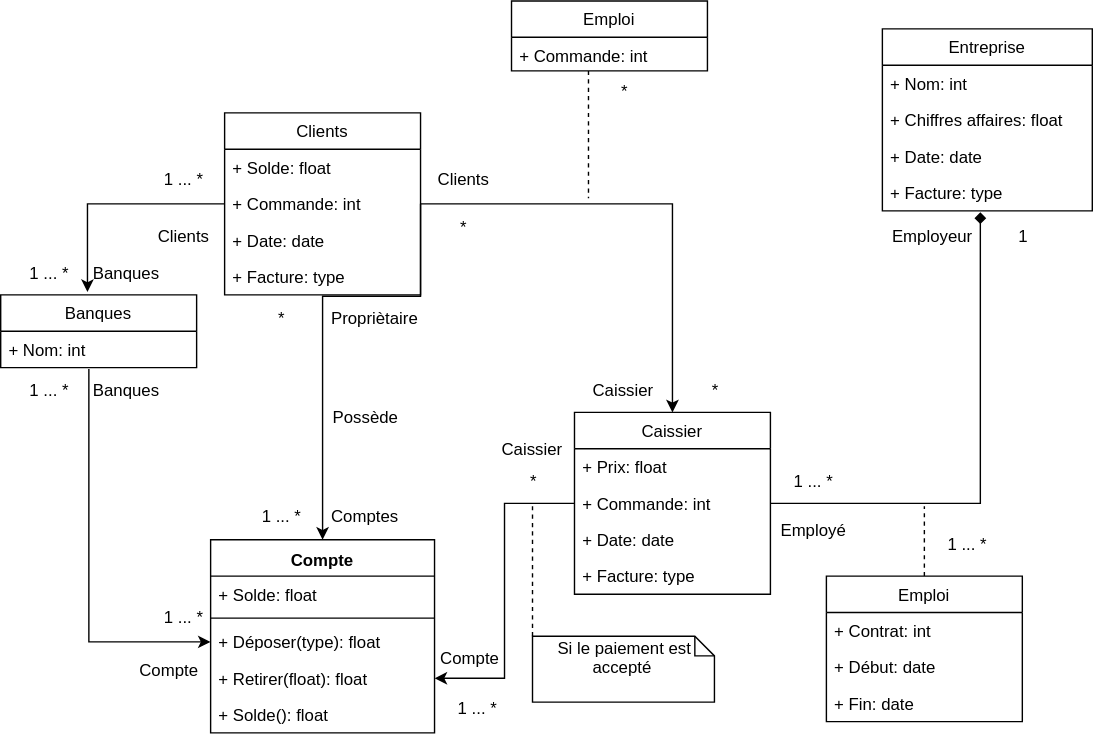
This is andhanouni/Usecase_diagramme_de_classe.svg from tagouth/GSI-AVUN_18-20, a draw.io export, as it was before one commit. Source tidied: cells renumbered, new cells last; positions are measured from the earlier drawing's top-left corner, leaving out a move shared by most shapes. The source it was exported from:
```xml
<mxGraphModel>
  <root>
    <mxCell id="0" />
    <mxCell id="1" parent="0" />
    <mxCell id="2" value="Clients" style="swimlane;fontStyle=0;horizontal=1;startSize=26;fillColor=none;" parent="1" vertex="1">
      <mxGeometry x="160" y="80" width="140" height="130" as="geometry" />
    </mxCell>
    <mxCell id="3" value="+ Solde: float" style="text;strokeColor=none;fillColor=none;align=left;verticalAlign=top;spacingLeft=4;spacingRight=4;overflow=hidden;" parent="2" vertex="1">
      <mxGeometry y="26" width="140" height="26" as="geometry" />
    </mxCell>
    <mxCell id="4" value="+ Commande: int" style="text;strokeColor=none;fillColor=none;align=left;verticalAlign=top;spacingLeft=4;spacingRight=4;overflow=hidden;points=[[0,0.5],[1,0.5]];portConstraint=eastwest;" parent="2" vertex="1">
      <mxGeometry y="52" width="140" height="26" as="geometry" />
    </mxCell>
    <mxCell id="5" value="+ Date: date" style="text;strokeColor=none;fillColor=none;align=left;verticalAlign=top;spacingLeft=4;spacingRight=4;overflow=hidden;" parent="2" vertex="1">
      <mxGeometry y="78" width="140" height="26" as="geometry" />
    </mxCell>
    <mxCell id="6" value="+ Facture: type" style="text;strokeColor=none;fillColor=none;align=left;verticalAlign=top;spacingLeft=4;spacingRight=4;overflow=hidden;" parent="2" vertex="1">
      <mxGeometry y="104" width="140" height="26" as="geometry" />
    </mxCell>
    <mxCell id="7" value="Caissier" style="swimlane;fontStyle=0;horizontal=1;startSize=26;fillColor=none;" parent="1" vertex="1">
      <mxGeometry x="410" y="294" width="140" height="130" as="geometry" />
    </mxCell>
    <mxCell id="8" value="+ Prix: float" style="text;strokeColor=none;fillColor=none;align=left;verticalAlign=top;spacingLeft=4;spacingRight=4;overflow=hidden;" parent="7" vertex="1">
      <mxGeometry y="26" width="140" height="26" as="geometry" />
    </mxCell>
    <mxCell id="9" value="+ Commande: int" style="text;strokeColor=none;fillColor=none;align=left;verticalAlign=top;spacingLeft=4;spacingRight=4;overflow=hidden;points=[[0,0.5],[1,0.5]];portConstraint=eastwest;" parent="7" vertex="1">
      <mxGeometry y="52" width="140" height="26" as="geometry" />
    </mxCell>
    <mxCell id="10" value="+ Date: date" style="text;strokeColor=none;fillColor=none;align=left;verticalAlign=top;spacingLeft=4;spacingRight=4;overflow=hidden;" parent="7" vertex="1">
      <mxGeometry y="78" width="140" height="26" as="geometry" />
    </mxCell>
    <mxCell id="11" value="+ Facture: type" style="text;strokeColor=none;fillColor=none;align=left;verticalAlign=top;spacingLeft=4;spacingRight=4;overflow=hidden;" parent="7" vertex="1">
      <mxGeometry y="104" width="140" height="26" as="geometry" />
    </mxCell>
    <mxCell id="12" style="edgeStyle=orthogonalEdgeStyle;rounded=0;html=1;jettySize=auto;dashed=1;startArrow=none;startFill=0;endArrow=none;endFill=0;" parent="1" edge="1" source="13">
      <mxGeometry relative="1" as="geometry">
        <mxPoint x="660" y="361" as="targetPoint" />
      </mxGeometry>
    </mxCell>
    <mxCell id="13" value="Emploi" style="swimlane;fontStyle=0;horizontal=1;startSize=26;fillColor=none;" parent="1" vertex="1">
      <mxGeometry x="590" y="411" width="140" height="104" as="geometry" />
    </mxCell>
    <mxCell id="14" value="+ Contrat: int" style="text;strokeColor=none;fillColor=none;align=left;verticalAlign=top;spacingLeft=4;spacingRight=4;overflow=hidden;" parent="13" vertex="1">
      <mxGeometry y="26" width="140" height="26" as="geometry" />
    </mxCell>
    <mxCell id="15" value="+ Début: date" style="text;strokeColor=none;fillColor=none;align=left;verticalAlign=top;spacingLeft=4;spacingRight=4;overflow=hidden;" parent="13" vertex="1">
      <mxGeometry y="52" width="140" height="26" as="geometry" />
    </mxCell>
    <mxCell id="16" value="+ Fin: date" style="text;strokeColor=none;fillColor=none;align=left;verticalAlign=top;spacingLeft=4;spacingRight=4;overflow=hidden;" parent="13" vertex="1">
      <mxGeometry y="78" width="140" height="26" as="geometry" />
    </mxCell>
    <mxCell id="17" value="Compte" style="swimlane;fontStyle=1;align=center;verticalAlign=top;horizontal=1;startSize=26;" parent="1" vertex="1">
      <mxGeometry x="150" y="385" width="160" height="138" as="geometry" />
    </mxCell>
    <mxCell id="18" value="+ Solde: float" style="text;strokeColor=none;fillColor=none;align=left;verticalAlign=top;spacingLeft=4;spacingRight=4;overflow=hidden;" parent="17" vertex="1">
      <mxGeometry y="26" width="160" height="26" as="geometry" />
    </mxCell>
    <mxCell id="19" style="line;strokeWidth=1;fillColor=none;align=left;verticalAlign=middle;spacingTop=-1;spacingLeft=3;spacingRight=3;labelPosition=right;" parent="17" vertex="1">
      <mxGeometry y="52" width="160" height="8" as="geometry" />
    </mxCell>
    <mxCell id="20" value="+ Déposer(type): float" style="text;strokeColor=none;fillColor=none;align=left;verticalAlign=top;spacingLeft=4;spacingRight=4;overflow=hidden;points=[[0,0.5],[1,0.5]];portConstraint=eastwest;" parent="17" vertex="1">
      <mxGeometry y="60" width="160" height="26" as="geometry" />
    </mxCell>
    <mxCell id="21" value="+ Retirer(float): float" style="text;strokeColor=none;fillColor=none;align=left;verticalAlign=top;spacingLeft=4;spacingRight=4;overflow=hidden;points=[[0,0.5],[1,0.5]];portConstraint=eastwest;" parent="17" vertex="1">
      <mxGeometry y="86" width="160" height="26" as="geometry" />
    </mxCell>
    <mxCell id="22" value="+ Solde(): float" style="text;strokeColor=none;fillColor=none;align=left;verticalAlign=top;spacingLeft=4;spacingRight=4;overflow=hidden;" parent="17" vertex="1">
      <mxGeometry y="112" width="160" height="26" as="geometry" />
    </mxCell>
    <mxCell id="23" value="Banques" style="swimlane;fontStyle=0;horizontal=1;startSize=26;fillColor=none;" parent="1" vertex="1">
      <mxGeometry y="210" width="140" height="52" as="geometry" />
    </mxCell>
    <mxCell id="24" value="+ Nom: int" style="text;strokeColor=none;fillColor=none;align=left;verticalAlign=top;spacingLeft=4;spacingRight=4;overflow=hidden;points=[[0,0.5],[1,0.5]];portConstraint=eastwest;" parent="23" vertex="1">
      <mxGeometry y="26" width="140" height="26" as="geometry" />
    </mxCell>
    <mxCell id="25" value="Emploi" style="swimlane;fontStyle=0;horizontal=1;startSize=26;fillColor=none;" parent="1" vertex="1">
      <mxGeometry x="365" width="140" height="50" as="geometry" />
    </mxCell>
    <mxCell id="26" value="+ Commande: int" style="text;strokeColor=none;fillColor=none;align=left;verticalAlign=top;spacingLeft=4;spacingRight=4;overflow=hidden;points=[[0,0.5],[1,0.5]];portConstraint=eastwest;" parent="25" vertex="1">
      <mxGeometry y="26" width="140" height="24" as="geometry" />
    </mxCell>
    <mxCell id="27" value="Entreprise" style="swimlane;fontStyle=0;horizontal=1;startSize=26;fillColor=none;" parent="1" vertex="1">
      <mxGeometry x="630" y="20" width="150" height="130" as="geometry" />
    </mxCell>
    <mxCell id="28" value="+ Nom: int" style="text;strokeColor=none;fillColor=none;align=left;verticalAlign=top;spacingLeft=4;spacingRight=4;overflow=hidden;" parent="27" vertex="1">
      <mxGeometry y="26" width="150" height="26" as="geometry" />
    </mxCell>
    <mxCell id="29" value="+ Chiffres affaires: float" style="text;strokeColor=none;fillColor=none;align=left;verticalAlign=top;spacingLeft=4;spacingRight=4;overflow=hidden;" parent="27" vertex="1">
      <mxGeometry y="52" width="150" height="26" as="geometry" />
    </mxCell>
    <mxCell id="30" value="+ Date: date" style="text;strokeColor=none;fillColor=none;align=left;verticalAlign=top;spacingLeft=4;spacingRight=4;overflow=hidden;" parent="27" vertex="1">
      <mxGeometry y="78" width="150" height="26" as="geometry" />
    </mxCell>
    <mxCell id="31" value="+ Facture: type" style="text;strokeColor=none;fillColor=none;align=left;verticalAlign=top;spacingLeft=4;spacingRight=4;overflow=hidden;points=[[0,0.5],[1,0.5]];portConstraint=eastwest;" parent="27" vertex="1">
      <mxGeometry y="104" width="150" height="26" as="geometry" />
    </mxCell>
    <mxCell id="32" style="edgeStyle=orthogonalEdgeStyle;rounded=0;html=1;entryX=0.467;entryY=1.038;entryDx=0;entryDy=0;entryPerimeter=0;jettySize=auto;endArrow=diamond;endFill=1;" parent="1" edge="1" source="9" target="31">
      <mxGeometry relative="1" as="geometry" />
    </mxCell>
    <mxCell id="33" style="edgeStyle=orthogonalEdgeStyle;rounded=0;html=1;entryX=0.5;entryY=0;entryDx=0;entryDy=0;startArrow=none;startFill=0;endArrow=classic;endFill=1;jettySize=auto;exitX=1;exitY=0.5;exitDx=0;exitDy=0;" parent="1" edge="1" source="4" target="7">
      <mxGeometry relative="1" as="geometry">
        <Array as="points">
          <mxPoint x="480" y="145" />
        </Array>
      </mxGeometry>
    </mxCell>
    <mxCell id="34" style="edgeStyle=orthogonalEdgeStyle;rounded=0;html=1;startArrow=none;startFill=0;endArrow=none;endFill=0;jettySize=auto;exitX=0.393;exitY=1;exitDx=0;exitDy=0;exitPerimeter=0;dashed=1;" parent="1" edge="1" source="26">
      <mxGeometry relative="1" as="geometry">
        <mxPoint x="420" y="141" as="targetPoint" />
      </mxGeometry>
    </mxCell>
    <mxCell id="35" style="edgeStyle=orthogonalEdgeStyle;rounded=0;html=1;exitX=1;exitY=0.5;exitDx=0;exitDy=0;entryX=0;entryY=0.5;entryDx=0;entryDy=0;startArrow=classic;startFill=1;endArrow=none;endFill=0;jettySize=auto;" parent="1" edge="1" source="21" target="9">
      <mxGeometry relative="1" as="geometry" />
    </mxCell>
    <mxCell id="36" style="edgeStyle=orthogonalEdgeStyle;rounded=0;html=1;exitX=0;exitY=0.5;exitDx=0;exitDy=0;entryX=0.45;entryY=1.038;entryDx=0;entryDy=0;entryPerimeter=0;startArrow=classic;startFill=1;endArrow=none;endFill=0;jettySize=auto;" parent="1" edge="1" source="20" target="24">
      <mxGeometry relative="1" as="geometry" />
    </mxCell>
    <mxCell id="37" style="edgeStyle=orthogonalEdgeStyle;rounded=0;html=1;entryX=0.443;entryY=-0.038;entryDx=0;entryDy=0;entryPerimeter=0;startArrow=none;startFill=0;endArrow=classic;endFill=1;jettySize=auto;" parent="1" edge="1" source="4" target="23">
      <mxGeometry relative="1" as="geometry" />
    </mxCell>
    <mxCell id="38" style="edgeStyle=orthogonalEdgeStyle;rounded=0;html=1;startArrow=none;startFill=0;endArrow=none;endFill=0;jettySize=auto;dashed=1;" parent="1" edge="1" source="39">
      <mxGeometry relative="1" as="geometry">
        <mxPoint x="380" y="361" as="targetPoint" />
        <Array as="points">
          <mxPoint x="380" y="431" />
          <mxPoint x="380" y="431" />
        </Array>
      </mxGeometry>
    </mxCell>
    <mxCell id="39" value="&lt;div style=&quot;text-align: center&quot;&gt;&lt;span&gt;Si le paiement est accepté&amp;nbsp;&lt;/span&gt;&lt;/div&gt;" style="shape=note;whiteSpace=wrap;html=1;size=14;verticalAlign=top;align=left;spacingTop=-6;" parent="1" vertex="1">
      <mxGeometry x="380" y="454" width="130" height="47" as="geometry" />
    </mxCell>
    <mxCell id="40" value="1 ... *" style="text;html=1;strokeColor=none;fillColor=none;align=center;verticalAlign=middle;whiteSpace=wrap;rounded=0;" parent="1" vertex="1">
      <mxGeometry x="110" y="430" width="40" height="20" as="geometry" />
    </mxCell>
    <mxCell id="41" value="1 ... *" style="text;html=1;strokeColor=none;fillColor=none;align=center;verticalAlign=middle;whiteSpace=wrap;rounded=0;" parent="1" vertex="1">
      <mxGeometry x="14" y="268" width="40" height="20" as="geometry" />
    </mxCell>
    <mxCell id="42" value="1 ... *" style="text;html=1;strokeColor=none;fillColor=none;align=center;verticalAlign=middle;whiteSpace=wrap;rounded=0;" parent="1" vertex="1">
      <mxGeometry x="14" y="184" width="40" height="20" as="geometry" />
    </mxCell>
    <mxCell id="43" value="1 ... *" style="text;html=1;strokeColor=none;fillColor=none;align=center;verticalAlign=middle;whiteSpace=wrap;rounded=0;" parent="1" vertex="1">
      <mxGeometry x="110" y="117" width="40" height="20" as="geometry" />
    </mxCell>
    <mxCell id="44" value="Clients" style="text;html=1;strokeColor=none;fillColor=none;align=center;verticalAlign=middle;whiteSpace=wrap;rounded=0;" parent="1" vertex="1">
      <mxGeometry x="310" y="117" width="40" height="20" as="geometry" />
    </mxCell>
    <mxCell id="45" value="Compte" style="text;html=1;strokeColor=none;fillColor=none;align=center;verticalAlign=middle;whiteSpace=wrap;rounded=0;" parent="1" vertex="1">
      <mxGeometry x="315" y="459" width="40" height="20" as="geometry" />
    </mxCell>
    <mxCell id="46" value="*" style="text;html=1;strokeColor=none;fillColor=none;align=center;verticalAlign=middle;whiteSpace=wrap;rounded=0;" parent="1" vertex="1">
      <mxGeometry x="425" y="54" width="40" height="20" as="geometry" />
    </mxCell>
    <mxCell id="47" value="Employeur" style="text;html=1;strokeColor=none;fillColor=none;align=center;verticalAlign=middle;whiteSpace=wrap;rounded=0;" parent="1" vertex="1">
      <mxGeometry x="646" y="158" width="40" height="20" as="geometry" />
    </mxCell>
    <mxCell id="48" value="1 ... *" style="text;html=1;strokeColor=none;fillColor=none;align=center;verticalAlign=middle;whiteSpace=wrap;rounded=0;" parent="1" vertex="1">
      <mxGeometry x="670" y="378" width="40" height="20" as="geometry" />
    </mxCell>
    <mxCell id="49" value="1 ... *" style="text;html=1;strokeColor=none;fillColor=none;align=center;verticalAlign=middle;whiteSpace=wrap;rounded=0;" parent="1" vertex="1">
      <mxGeometry x="560" y="333" width="40" height="20" as="geometry" />
    </mxCell>
    <mxCell id="50" value="Employé" style="text;html=1;strokeColor=none;fillColor=none;align=center;verticalAlign=middle;whiteSpace=wrap;rounded=0;" parent="1" vertex="1">
      <mxGeometry x="560" y="368" width="40" height="20" as="geometry" />
    </mxCell>
    <mxCell id="51" value="1" style="text;html=1;strokeColor=none;fillColor=none;align=center;verticalAlign=middle;whiteSpace=wrap;rounded=0;" parent="1" vertex="1">
      <mxGeometry x="710" y="158" width="40" height="20" as="geometry" />
    </mxCell>
    <mxCell id="52" value="Caissier" style="text;html=1;strokeColor=none;fillColor=none;align=center;verticalAlign=middle;whiteSpace=wrap;rounded=0;" parent="1" vertex="1">
      <mxGeometry x="425" y="268" width="40" height="20" as="geometry" />
    </mxCell>
    <mxCell id="53" value="*" style="text;html=1;strokeColor=none;fillColor=none;align=center;verticalAlign=middle;whiteSpace=wrap;rounded=0;" parent="1" vertex="1">
      <mxGeometry x="310" y="151" width="40" height="20" as="geometry" />
    </mxCell>
    <mxCell id="54" value="*" style="text;html=1;strokeColor=none;fillColor=none;align=center;verticalAlign=middle;whiteSpace=wrap;rounded=0;" parent="1" vertex="1">
      <mxGeometry x="360" y="333" width="40" height="20" as="geometry" />
    </mxCell>
    <mxCell id="55" value="Compte" style="text;html=1;strokeColor=none;fillColor=none;align=center;verticalAlign=middle;whiteSpace=wrap;rounded=0;" parent="1" vertex="1">
      <mxGeometry x="100" y="467.5" width="40" height="20" as="geometry" />
    </mxCell>
    <mxCell id="56" value="Banques" style="text;html=1;strokeColor=none;fillColor=none;align=center;verticalAlign=middle;whiteSpace=wrap;rounded=0;" parent="1" vertex="1">
      <mxGeometry x="70" y="268" width="40" height="20" as="geometry" />
    </mxCell>
    <mxCell id="57" value="Clients" style="text;html=1;strokeColor=none;fillColor=none;align=center;verticalAlign=middle;whiteSpace=wrap;rounded=0;" parent="1" vertex="1">
      <mxGeometry x="110" y="158" width="40" height="20" as="geometry" />
    </mxCell>
    <mxCell id="58" value="Banques" style="text;html=1;strokeColor=none;fillColor=none;align=center;verticalAlign=middle;whiteSpace=wrap;rounded=0;" parent="1" vertex="1">
      <mxGeometry x="70" y="184" width="40" height="20" as="geometry" />
    </mxCell>
    <mxCell id="59" value="1 ... *" style="text;html=1;strokeColor=none;fillColor=none;align=center;verticalAlign=middle;whiteSpace=wrap;rounded=0;" parent="1" vertex="1">
      <mxGeometry x="320" y="495" width="40" height="20" as="geometry" />
    </mxCell>
    <mxCell id="60" value="*" style="text;html=1;strokeColor=none;fillColor=none;align=center;verticalAlign=middle;whiteSpace=wrap;rounded=0;" parent="1" vertex="1">
      <mxGeometry x="490" y="268" width="40" height="20" as="geometry" />
    </mxCell>
    <mxCell id="61" value="Caissier" style="text;html=1;strokeColor=none;fillColor=none;align=center;verticalAlign=middle;whiteSpace=wrap;rounded=0;" parent="1" vertex="1">
      <mxGeometry x="360" y="310" width="40" height="20" as="geometry" />
    </mxCell>
    <mxCell id="62" style="edgeStyle=orthogonalEdgeStyle;rounded=0;html=1;exitX=1;exitY=0.5;exitDx=0;exitDy=0;entryX=0.5;entryY=0;entryDx=0;entryDy=0;startArrow=none;startFill=0;endArrow=classic;endFill=1;jettySize=auto;" parent="1" edge="1" source="4" target="17">
      <mxGeometry relative="1" as="geometry">
        <Array as="points">
          <mxPoint x="300" y="211" />
          <mxPoint x="230" y="211" />
        </Array>
      </mxGeometry>
    </mxCell>
    <mxCell id="63" value="1 ... *" style="text;html=1;strokeColor=none;fillColor=none;align=center;verticalAlign=middle;whiteSpace=wrap;rounded=0;" parent="1" vertex="1">
      <mxGeometry x="180" y="358" width="40" height="20" as="geometry" />
    </mxCell>
    <mxCell id="64" value="Comptes" style="text;html=1;strokeColor=none;fillColor=none;align=center;verticalAlign=middle;whiteSpace=wrap;rounded=0;" parent="1" vertex="1">
      <mxGeometry x="240" y="358" width="40" height="20" as="geometry" />
    </mxCell>
    <mxCell id="65" value="*" style="text;html=1;strokeColor=none;fillColor=none;align=center;verticalAlign=middle;whiteSpace=wrap;rounded=0;" parent="1" vertex="1">
      <mxGeometry x="180" y="216" width="40" height="20" as="geometry" />
    </mxCell>
    <mxCell id="66" value="Propriètaire" style="text;html=1;strokeColor=none;fillColor=none;align=center;verticalAlign=middle;whiteSpace=wrap;rounded=0;" parent="1" vertex="1">
      <mxGeometry x="247" y="216" width="40" height="20" as="geometry" />
    </mxCell>
    <mxCell id="67" value="Possède" style="text;html=1;strokeColor=none;fillColor=none;align=center;verticalAlign=middle;whiteSpace=wrap;rounded=0;" parent="1" vertex="1">
      <mxGeometry x="240" y="287" width="40" height="20" as="geometry" />
    </mxCell>
  </root>
</mxGraphModel>
```
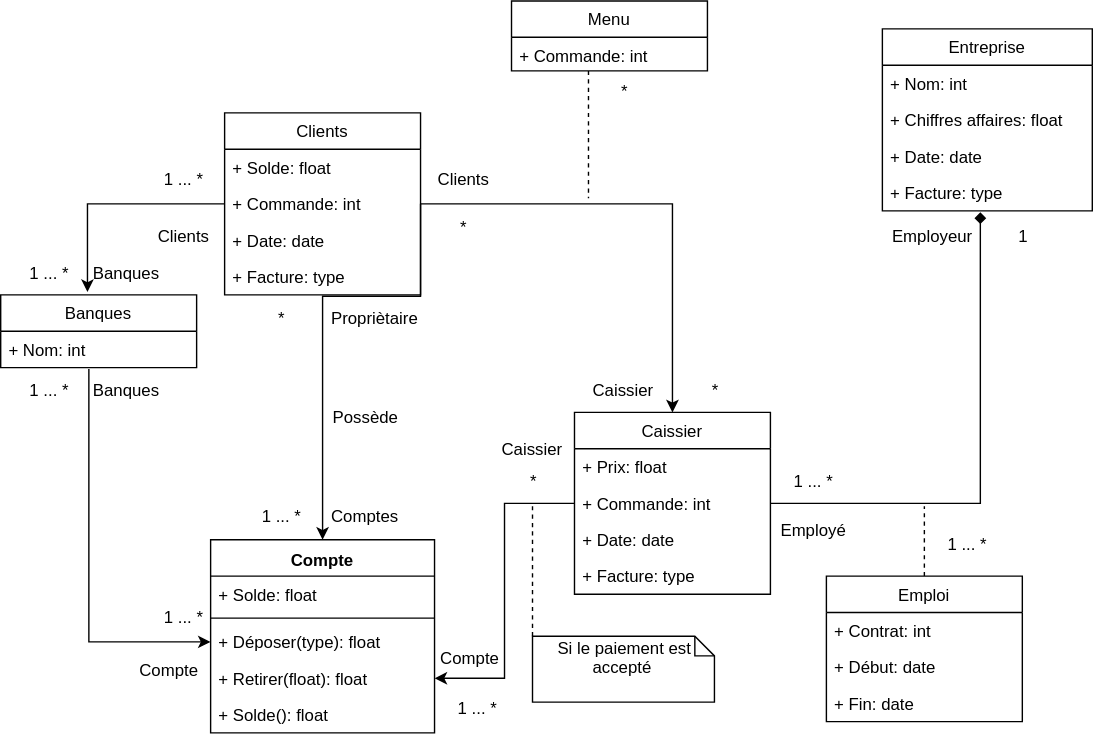
After the commit.

Commit message:
Usecase_diagramme_de_classe

Change to the diagram source:
```diff
@@ -73,7 +73,7 @@
     <mxCell id="24" value="+ Nom: int" style="text;strokeColor=none;fillColor=none;align=left;verticalAlign=top;spacingLeft=4;spacingRight=4;overflow=hidden;points=[[0,0.5],[1,0.5]];portConstraint=eastwest;" parent="23" vertex="1">
       <mxGeometry y="26" width="140" height="26" as="geometry" />
     </mxCell>
-    <mxCell id="25" value="Emploi" style="swimlane;fontStyle=0;horizontal=1;startSize=26;fillColor=none;" parent="1" vertex="1">
+    <mxCell id="25" value="Menu" style="swimlane;fontStyle=0;horizontal=1;startSize=26;fillColor=none;" parent="1" vertex="1">
       <mxGeometry x="365" width="140" height="50" as="geometry" />
     </mxCell>
     <mxCell id="26" value="+ Commande: int" style="text;strokeColor=none;fillColor=none;align=left;verticalAlign=top;spacingLeft=4;spacingRight=4;overflow=hidden;points=[[0,0.5],[1,0.5]];portConstraint=eastwest;" parent="25" vertex="1">
```
